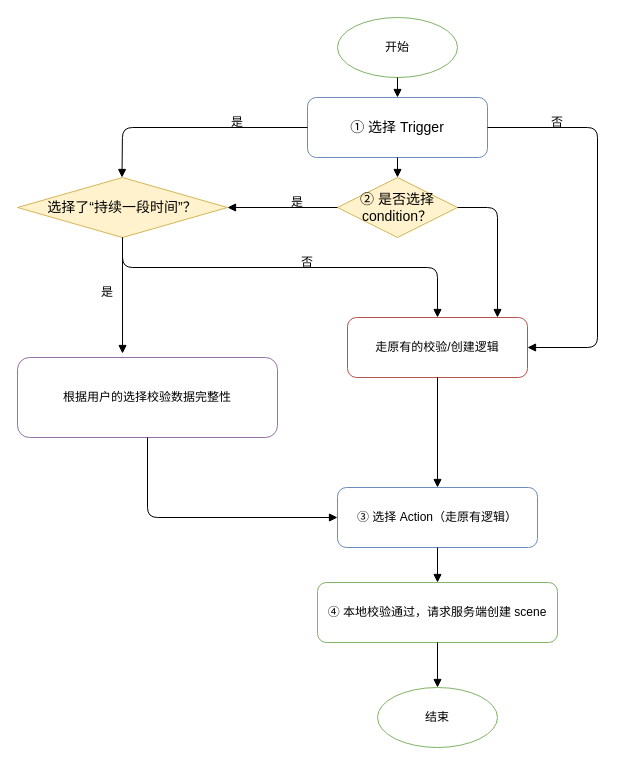
WljclW/coolweather keeps this draw.io diagram as yukong.drawio. Above is the earlier version. Source tidied: cells renumbered, new cells numbered last; positions are measured from the earlier drawing's top-left corner, leaving out a move shared by most shapes. Both pictures are drawn from the tidied source at 100%, with x=0, y=0 at pixel (17, 17).
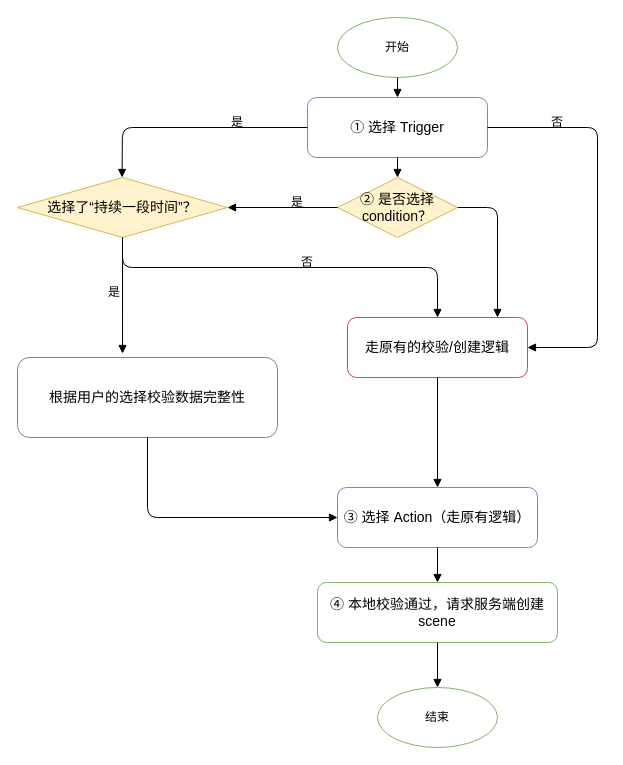
The same diagram, later.

What changed in the source:
```diff
@@
-    <mxCell id="6" value="根据用户的选择校验数据完整性" style="rounded=1;whiteSpace=wrap;html=1;fillColor=none;strokeColor=#9673a6;" parent="1" vertex="1">
+    <mxCell id="6" value="&lt;font style=&quot;font-size: 14px;&quot;&gt;根据用户的选择校验数据完整性&lt;/font&gt;" style="rounded=1;whiteSpace=wrap;html=1;fillColor=none;strokeColor=#9673a6;" parent="1" vertex="1">
       <mxGeometry y="340" width="260" height="80" as="geometry" />
     </mxCell>
-    <mxCell id="7" value="走原有的校验/创建逻辑" style="rounded=1;whiteSpace=wrap;html=1;fillColor=none;strokeColor=#b85450;" parent="1" vertex="1">
+    <mxCell id="7" value="&lt;font style=&quot;font-size: 14px;&quot;&gt;走原有的校验/创建逻辑&lt;/font&gt;" style="rounded=1;whiteSpace=wrap;html=1;fillColor=none;strokeColor=#b85450;" parent="1" vertex="1">
       <mxGeometry x="330" y="300" width="180" height="60" as="geometry" />
     </mxCell>
-    <mxCell id="8" value="③ 选择 Action（走原有逻辑）" style="rounded=1;whiteSpace=wrap;html=1;fillColor=none;strokeColor=#6c8ebf;" parent="1" vertex="1">
+    <mxCell id="8" value="&lt;font style=&quot;font-size: 14px;&quot;&gt;③ 选择 Action（走原有逻辑）&lt;/font&gt;" style="rounded=1;whiteSpace=wrap;html=1;fillColor=none;strokeColor=#6c8ebf;" parent="1" vertex="1">
       <mxGeometry x="320" y="470" width="200" height="60" as="geometry" />
     </mxCell>
-    <mxCell id="9" value="④ 本地校验通过，请求服务端创建 scene" style="rounded=1;whiteSpace=wrap;html=1;fillColor=none;strokeColor=#82b366;" parent="1" vertex="1">
+    <mxCell id="9" value="&lt;font style=&quot;font-size: 14px;&quot;&gt;④ 本地校验通过，请求服务端创建 scene&lt;/font&gt;" style="rounded=1;whiteSpace=wrap;html=1;fillColor=none;strokeColor=#82b366;" parent="1" vertex="1">
       <mxGeometry x="300" y="565" width="240" height="60" as="geometry" />
     </mxCell>
@@
     <mxCell id="22" value="是" style="text;html=1;align=center;verticalAlign=middle;whiteSpace=wrap;rounded=0;" parent="1" vertex="1">
-      <mxGeometry x="60" y="260" width="60" height="30" as="geometry" />
+      <mxGeometry x="67" y="260" width="60" height="30" as="geometry" />
     </mxCell>
```
